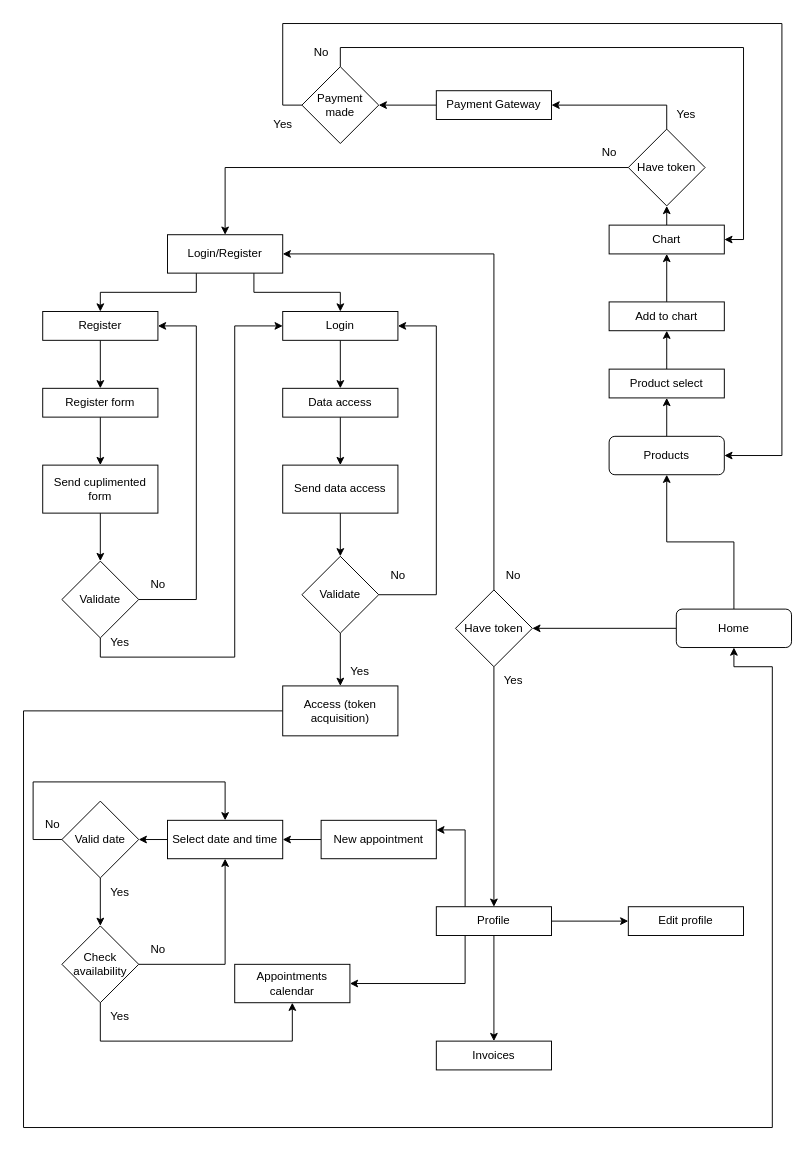
Above: extras/Untitled Diagram.drawio in antonioinsa/Proyect-7 (draw.io), before the change. Source tidied: cells renumbered, new cells numbered last; positions are measured from the earlier drawing's top-left corner, leaving out a move shared by most shapes. Both pictures are drawn from the tidied source at 96%, with x=0, y=0 at pixel (23, 23).
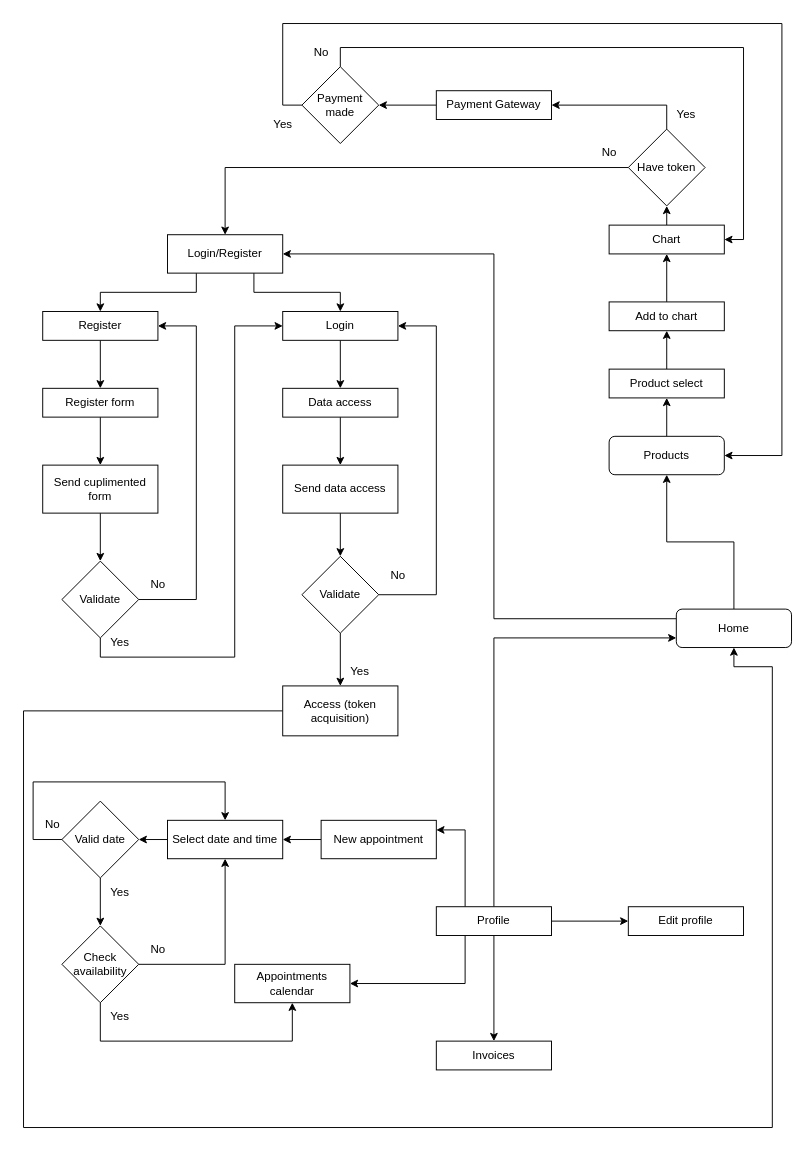
After the change.

Unchanged cells that the change refers to:
```xml
<mxCell id="4" value="Home" style="rounded=1;whiteSpace=wrap;html=1;fontSize=12;glass=0;strokeWidth=1;shadow=0;" parent="1" vertex="1">
  <mxGeometry x="680" y="610" width="120" height="40" as="geometry" />
</mxCell>
<mxCell id="9" value="Login/Register" style="rounded=0;whiteSpace=wrap;html=1;" parent="1" vertex="1">
  <mxGeometry x="150" y="220" width="120" height="40" as="geometry" />
</mxCell>
<mxCell id="41" value="Profile" style="rounded=0;whiteSpace=wrap;html=1;" parent="1" vertex="1">
  <mxGeometry x="430" y="920" width="120" height="30" as="geometry" />
</mxCell>
```

Change to the diagram source:
```diff
@@
-    <mxCell id="2" style="edgeStyle=orthogonalEdgeStyle;rounded=0;jettySize=auto;html=1;exitX=0;exitY=0.5;exitDx=0;exitDy=0;entryX=1;entryY=0.5;entryDx=0;entryDy=0;" parent="1" edge="1" source="4" target="36">
-      <mxGeometry relative="1" as="geometry" />
-    </mxCell>
@@
+    <mxCell id="80" style="edgeStyle=orthogonalEdgeStyle;rounded=0;jettySize=auto;html=1;exitX=0;exitY=0.25;exitDx=0;exitDy=0;entryX=1;entryY=0.5;entryDx=0;entryDy=0;" parent="1" edge="1" source="4" target="9">
+      <mxGeometry relative="1" as="geometry">
+        <Array as="points">
+          <mxPoint x="490" y="620" />
+          <mxPoint x="490" y="240" />
+        </Array>
+      </mxGeometry>
+    </mxCell>
@@
-    <mxCell id="34" style="edgeStyle=orthogonalEdgeStyle;rounded=0;jettySize=auto;html=1;exitX=0.5;exitY=1;exitDx=0;exitDy=0;entryX=0.5;entryY=0;entryDx=0;entryDy=0;" parent="1" edge="1" source="36" target="41">
-      <mxGeometry relative="1" as="geometry" />
-    </mxCell>
-    <mxCell id="35" style="edgeStyle=orthogonalEdgeStyle;rounded=0;jettySize=auto;html=1;exitX=0.5;exitY=0;exitDx=0;exitDy=0;entryX=1;entryY=0.5;entryDx=0;entryDy=0;" parent="1" edge="1" source="36" target="9">
-      <mxGeometry relative="1" as="geometry" />
-    </mxCell>
-    <mxCell id="36" value="Have token" style="rhombus;whiteSpace=wrap;html=1;" parent="1" vertex="1">
-      <mxGeometry x="450" y="590" width="80" height="80" as="geometry" />
-    </mxCell>
@@
+    <mxCell id="81" style="edgeStyle=orthogonalEdgeStyle;rounded=0;jettySize=auto;html=1;exitX=0.5;exitY=0;exitDx=0;exitDy=0;entryX=0;entryY=0.75;entryDx=0;entryDy=0;" parent="1" edge="1" source="41" target="4">
+      <mxGeometry relative="1" as="geometry" />
+    </mxCell>
@@
-    <mxCell id="73" value="No" style="text;html=1;align=center;verticalAlign=middle;strokeColor=none;fillColor=none;" parent="1" vertex="1">
-      <mxGeometry x="490" y="560" width="40" height="30" as="geometry" />
-    </mxCell>
-    <mxCell id="74" value="Yes" style="text;html=1;align=center;verticalAlign=middle;strokeColor=none;fillColor=none;" parent="1" vertex="1">
-      <mxGeometry x="490" y="670" width="40" height="30" as="geometry" />
-    </mxCell>
```
